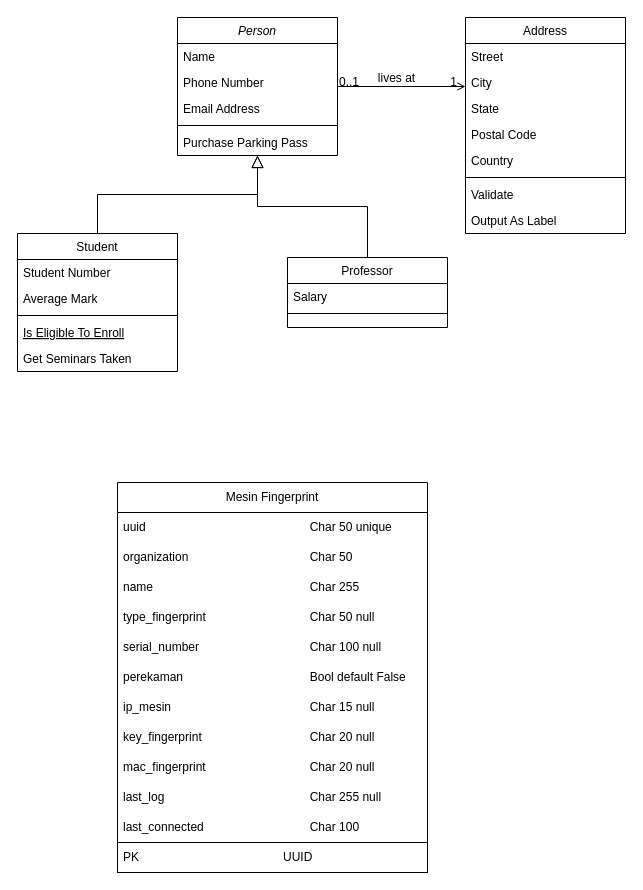
Earlier version of the draw.io diagram Diagram Tanpa Judul.drawio (mayasaridiyan/mayasaridiyan.github.io). Source tidied: cells renumbered, new cells numbered last; positions are measured from the earlier drawing's top-left corner, leaving out a move shared by most shapes. Both pictures are drawn from the tidied source at 100%, with x=0, y=0 at pixel (17, 17).
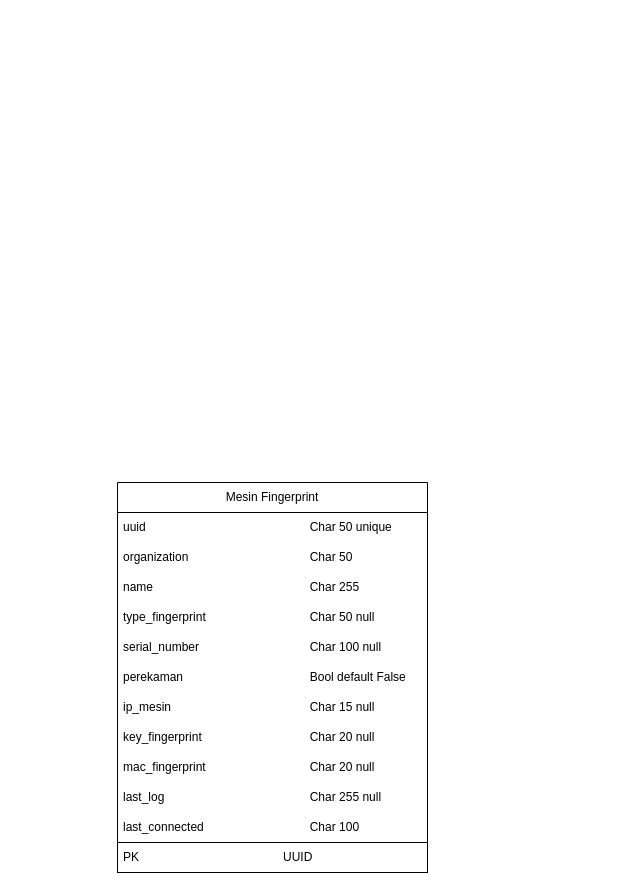
Above is the later version.

Change to the diagram source:
```diff
@@
-    <mxCell id="2" value="Person" style="swimlane;fontStyle=2;align=center;verticalAlign=top;horizontal=1;startSize=26;rounded=0;shadow=0;strokeWidth=1;" parent="1" vertex="1">
-      <mxGeometry x="160" width="160" height="138" as="geometry" />
-    </mxCell>
-    <mxCell id="3" value="Name" style="text;align=left;verticalAlign=top;spacingLeft=4;spacingRight=4;overflow=hidden;" parent="2" vertex="1">
-      <mxGeometry y="26" width="160" height="26" as="geometry" />
-    </mxCell>
-    <mxCell id="4" value="Phone Number" style="text;align=left;verticalAlign=top;spacingLeft=4;spacingRight=4;overflow=hidden;rounded=0;shadow=0;html=0;" parent="2" vertex="1">
-      <mxGeometry y="52" width="160" height="26" as="geometry" />
-    </mxCell>
-    <mxCell id="5" value="Email Address" style="text;align=left;verticalAlign=top;spacingLeft=4;spacingRight=4;overflow=hidden;rounded=0;shadow=0;html=0;" parent="2" vertex="1">
-      <mxGeometry y="78" width="160" height="26" as="geometry" />
-    </mxCell>
-    <mxCell id="6" style="line;html=1;strokeWidth=1;align=left;verticalAlign=middle;spacingTop=-1;spacingLeft=3;spacingRight=3;labelPosition=right;" parent="2" vertex="1">
-      <mxGeometry y="104" width="160" height="8" as="geometry" />
-    </mxCell>
-    <mxCell id="7" value="Purchase Parking Pass" style="text;align=left;verticalAlign=top;spacingLeft=4;spacingRight=4;overflow=hidden;" parent="2" vertex="1">
-      <mxGeometry y="112" width="160" height="26" as="geometry" />
-    </mxCell>
-    <mxCell id="8" value="Student" style="swimlane;fontStyle=0;align=center;verticalAlign=top;horizontal=1;startSize=26;rounded=0;shadow=0;strokeWidth=1;" parent="1" vertex="1">
-      <mxGeometry y="216" width="160" height="138" as="geometry" />
-    </mxCell>
-    <mxCell id="9" value="Student Number" style="text;align=left;verticalAlign=top;spacingLeft=4;spacingRight=4;overflow=hidden;" parent="8" vertex="1">
-      <mxGeometry y="26" width="160" height="26" as="geometry" />
-    </mxCell>
-    <mxCell id="10" value="Average Mark" style="text;align=left;verticalAlign=top;spacingLeft=4;spacingRight=4;overflow=hidden;rounded=0;shadow=0;html=0;" parent="8" vertex="1">
-      <mxGeometry y="52" width="160" height="26" as="geometry" />
-    </mxCell>
-    <mxCell id="11" style="line;html=1;strokeWidth=1;align=left;verticalAlign=middle;spacingTop=-1;spacingLeft=3;spacingRight=3;labelPosition=right;" parent="8" vertex="1">
-      <mxGeometry y="78" width="160" height="8" as="geometry" />
-    </mxCell>
-    <mxCell id="12" value="Is Eligible To Enroll" style="text;align=left;verticalAlign=top;spacingLeft=4;spacingRight=4;overflow=hidden;fontStyle=4;" parent="8" vertex="1">
-      <mxGeometry y="86" width="160" height="26" as="geometry" />
-    </mxCell>
-    <mxCell id="13" value="Get Seminars Taken" style="text;align=left;verticalAlign=top;spacingLeft=4;spacingRight=4;overflow=hidden;" parent="8" vertex="1">
-      <mxGeometry y="112" width="160" height="26" as="geometry" />
-    </mxCell>
-    <mxCell id="14" style="endArrow=block;endSize=10;endFill=0;shadow=0;strokeWidth=1;rounded=0;edgeStyle=elbowEdgeStyle;elbow=vertical;" parent="1" edge="1" source="8" target="2">
-      <mxGeometry relative="1" as="geometry" />
-    </mxCell>
-    <mxCell id="15" value="Professor" style="swimlane;fontStyle=0;align=center;verticalAlign=top;horizontal=1;startSize=26;rounded=0;shadow=0;strokeWidth=1;" parent="1" vertex="1">
-      <mxGeometry x="270" y="240" width="160" height="70" as="geometry" />
-    </mxCell>
-    <mxCell id="16" value="Salary" style="text;align=left;verticalAlign=top;spacingLeft=4;spacingRight=4;overflow=hidden;" parent="15" vertex="1">
-      <mxGeometry y="26" width="160" height="26" as="geometry" />
-    </mxCell>
-    <mxCell id="17" style="line;html=1;strokeWidth=1;align=left;verticalAlign=middle;spacingTop=-1;spacingLeft=3;spacingRight=3;labelPosition=right;" parent="15" vertex="1">
-      <mxGeometry y="52" width="160" height="8" as="geometry" />
-    </mxCell>
-    <mxCell id="18" style="endArrow=block;endSize=10;endFill=0;shadow=0;strokeWidth=1;rounded=0;edgeStyle=elbowEdgeStyle;elbow=vertical;" parent="1" edge="1" source="15" target="2">
-      <mxGeometry relative="1" as="geometry" />
-    </mxCell>
-    <mxCell id="19" value="Address" style="swimlane;fontStyle=0;align=center;verticalAlign=top;horizontal=1;startSize=26;rounded=0;shadow=0;strokeWidth=1;" parent="1" vertex="1">
-      <mxGeometry x="448" width="160" height="216" as="geometry" />
-    </mxCell>
-    <mxCell id="20" value="Street" style="text;align=left;verticalAlign=top;spacingLeft=4;spacingRight=4;overflow=hidden;" parent="19" vertex="1">
-      <mxGeometry y="26" width="160" height="26" as="geometry" />
-    </mxCell>
-    <mxCell id="21" value="City" style="text;align=left;verticalAlign=top;spacingLeft=4;spacingRight=4;overflow=hidden;rounded=0;shadow=0;html=0;" parent="19" vertex="1">
-      <mxGeometry y="52" width="160" height="26" as="geometry" />
-    </mxCell>
-    <mxCell id="22" value="State" style="text;align=left;verticalAlign=top;spacingLeft=4;spacingRight=4;overflow=hidden;rounded=0;shadow=0;html=0;" parent="19" vertex="1">
-      <mxGeometry y="78" width="160" height="26" as="geometry" />
-    </mxCell>
-    <mxCell id="23" value="Postal Code" style="text;align=left;verticalAlign=top;spacingLeft=4;spacingRight=4;overflow=hidden;rounded=0;shadow=0;html=0;" parent="19" vertex="1">
-      <mxGeometry y="104" width="160" height="26" as="geometry" />
-    </mxCell>
-    <mxCell id="24" value="Country" style="text;align=left;verticalAlign=top;spacingLeft=4;spacingRight=4;overflow=hidden;rounded=0;shadow=0;html=0;" parent="19" vertex="1">
-      <mxGeometry y="130" width="160" height="26" as="geometry" />
-    </mxCell>
-    <mxCell id="25" style="line;html=1;strokeWidth=1;align=left;verticalAlign=middle;spacingTop=-1;spacingLeft=3;spacingRight=3;labelPosition=right;" parent="19" vertex="1">
-      <mxGeometry y="156" width="160" height="8" as="geometry" />
-    </mxCell>
-    <mxCell id="26" value="Validate" style="text;align=left;verticalAlign=top;spacingLeft=4;spacingRight=4;overflow=hidden;" parent="19" vertex="1">
-      <mxGeometry y="164" width="160" height="26" as="geometry" />
-    </mxCell>
-    <mxCell id="27" value="Output As Label" style="text;align=left;verticalAlign=top;spacingLeft=4;spacingRight=4;overflow=hidden;" parent="19" vertex="1">
-      <mxGeometry y="190" width="160" height="26" as="geometry" />
-    </mxCell>
-    <mxCell id="28" style="endArrow=open;shadow=0;strokeWidth=1;rounded=0;endFill=1;edgeStyle=elbowEdgeStyle;elbow=vertical;" parent="1" edge="1" source="2" target="19">
-      <mxGeometry x="0.5" y="41" relative="1" as="geometry">
-        <mxPoint x="-40" y="32" as="offset" />
-      </mxGeometry>
-    </mxCell>
-    <mxCell id="29" value="0..1" style="align=left;verticalAlign=bottom;labelBackgroundColor=none;fontSize=12;" parent="28" vertex="1">
-      <mxGeometry x="-1" relative="1" as="geometry">
-        <mxPoint y="4" as="offset" />
-      </mxGeometry>
-    </mxCell>
-    <mxCell id="30" value="1" style="align=right;verticalAlign=bottom;labelBackgroundColor=none;fontSize=12;" parent="28" vertex="1">
-      <mxGeometry x="1" relative="1" as="geometry">
-        <mxPoint x="-7" y="4" as="offset" />
-      </mxGeometry>
-    </mxCell>
-    <mxCell id="31" value="lives at" style="text;html=1;align=center;verticalAlign=middle;labelBackgroundColor=none;rounded=0;shadow=0;strokeWidth=1;fontSize=12;" parent="28" vertex="1">
-      <mxGeometry x="0.5" y="49" relative="1" as="geometry">
-        <mxPoint x="-38" y="40" as="offset" />
-      </mxGeometry>
-    </mxCell>
```
